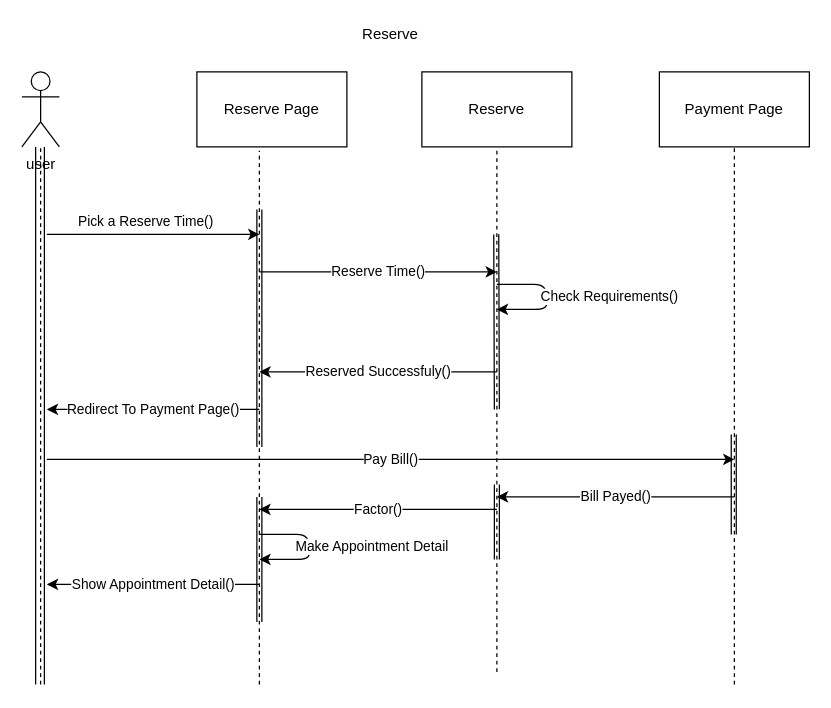
Above: ReserveSD.drawio in mohammadamir98/Sama_sw1 (draw.io), before the change. Source tidied: cells renumbered, new cells numbered last; positions are measured from the earlier drawing's top-left corner, leaving out a move shared by most shapes. Both pictures are drawn from the tidied source at 125%, with x=0, y=0 at pixel (21, 21).
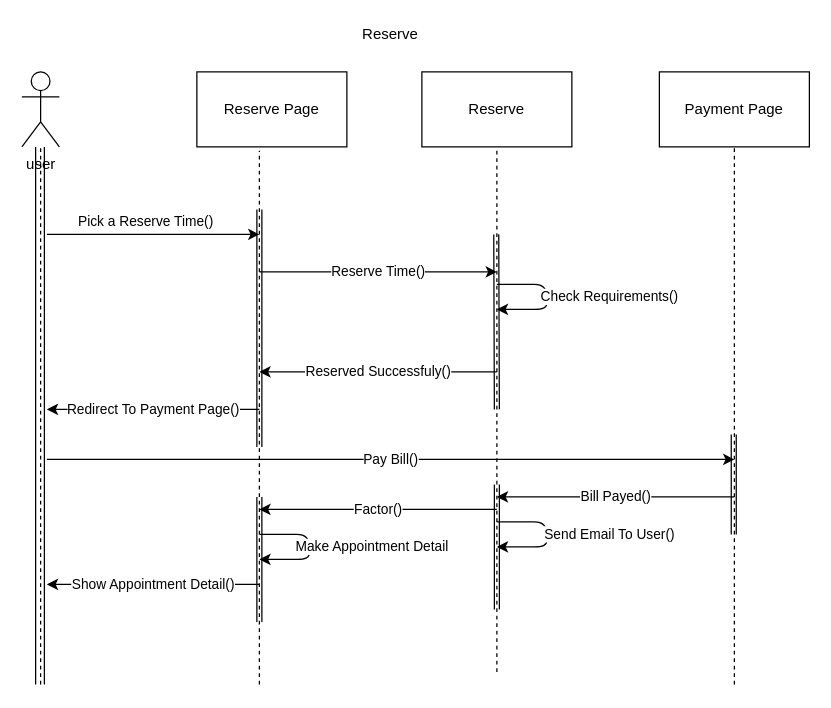
After the change.

Commit message:
Update Reserve sequence diagram

The edit, as a diff of the source:
```diff
@@
     <mxCell id="21" style="shape=link;html=1;" parent="1" edge="1">
       <mxGeometry relative="1" as="geometry">
-        <mxPoint x="380" y="430" as="sourcePoint" />
+        <mxPoint x="380" y="470" as="sourcePoint" />
         <mxPoint x="380" y="370" as="targetPoint" />
       </mxGeometry>
     </mxCell>
@@
+    <mxCell id="27" value="Send Email To User()" style="endArrow=classic;html=1;" parent="1" edge="1">
+      <mxGeometry x="0.2" y="-51" relative="1" as="geometry">
+        <mxPoint x="380" y="400" as="sourcePoint" />
+        <mxPoint x="380" y="420" as="targetPoint" />
+        <Array as="points">
+          <mxPoint x="420" y="400" />
+          <mxPoint x="420" y="420" />
+        </Array>
+        <mxPoint x="50" y="41" as="offset" />
+      </mxGeometry>
+    </mxCell>
```
